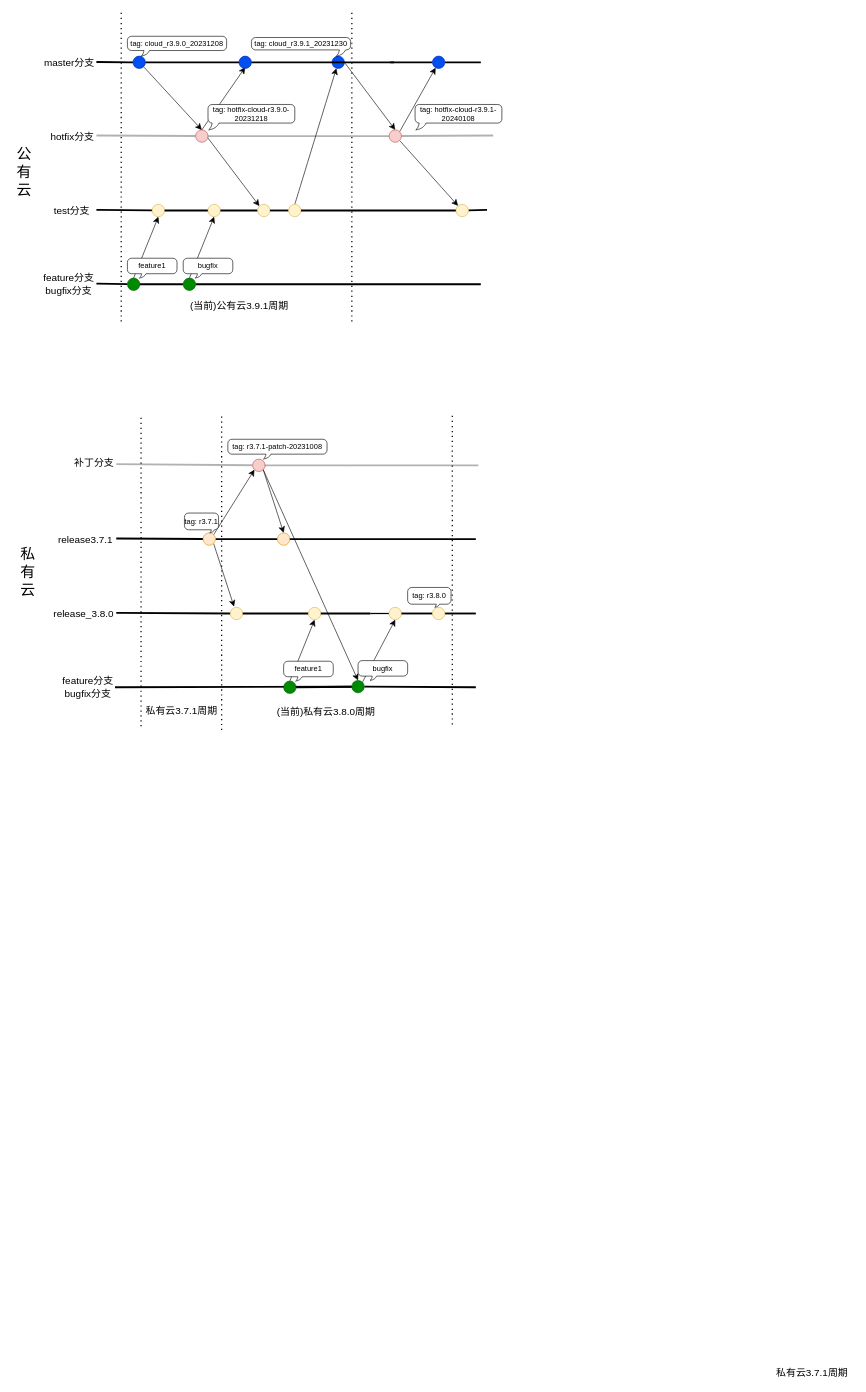
paochiang/draw keeps this draw.io diagram as page "Page-1" (1 of 3) of 规范/公有云和智算中心分支流程.drawio. Above is the earlier version. Source tidied: cells renumbered, new cells numbered last; positions are measured from the earlier drawing's top-left corner, leaving out a move shared by most shapes. Both pictures are drawn from the tidied source at 62%, with x=0, y=0 at pixel (11, 11).
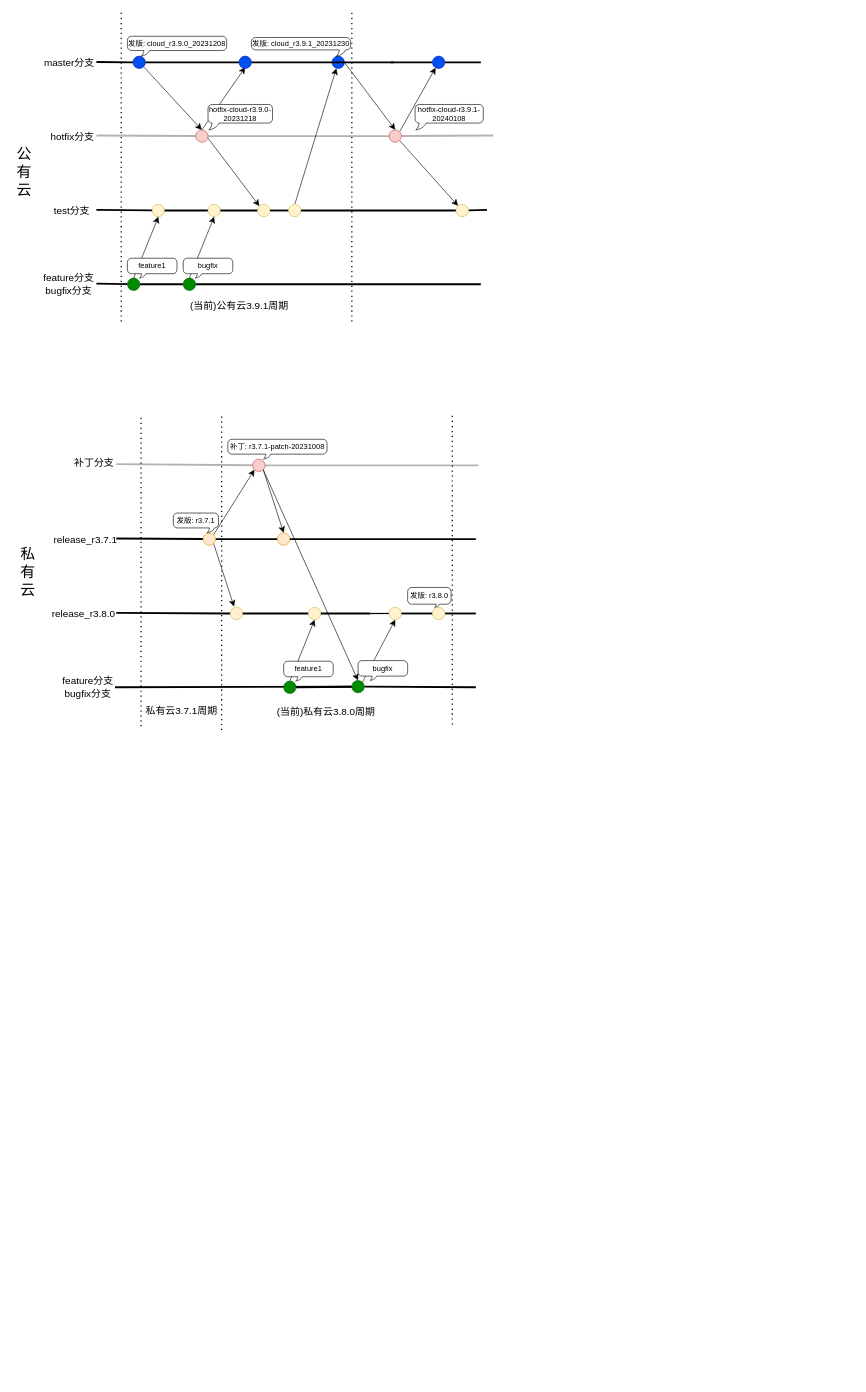
The same page after the edit.

Commit message:
Update 规范/公有云和智算中心分支流程.drawio

Diff of the diagram source:
```diff
@@
-    <mxCell id="46" value="tag: cloud_r3.9.0_20231208" style="whiteSpace=wrap;html=1;shape=mxgraph.basic.roundRectCallout;dx=31.2;dy=9;size=6.6;boundedLbl=1;" parent="1" vertex="1">
+    <mxCell id="46" value="发版: cloud_r3.9.0_20231208" style="whiteSpace=wrap;html=1;shape=mxgraph.basic.roundRectCallout;dx=31.2;dy=9;size=6.6;boundedLbl=1;" parent="1" vertex="1">
       <mxGeometry x="188" y="40" width="160" height="32" as="geometry" />
     </mxCell>
-    <mxCell id="47" value="tag: hotfix-cloud-r3.9.0-20231218" style="whiteSpace=wrap;html=1;shape=mxgraph.basic.roundRectCallout;dx=8.4;dy=11;size=6.6;boundedLbl=1;" parent="1" vertex="1">
-      <mxGeometry x="318" y="150" width="140" height="41" as="geometry" />
+    <mxCell id="47" value="hotfix-cloud-r3.9.0-20231218" style="whiteSpace=wrap;html=1;shape=mxgraph.basic.roundRectCallout;dx=8.4;dy=11;size=6.6;boundedLbl=1;" parent="1" vertex="1">
+      <mxGeometry x="318" y="150" width="104" height="41" as="geometry" />
     </mxCell>
@@
-    <mxCell id="49" value="tag: cloud_r3.9.1_20231230" style="whiteSpace=wrap;html=1;shape=mxgraph.basic.roundRectCallout;dx=146.87;dy=10;size=6.6;boundedLbl=1;" parent="1" vertex="1">
+    <mxCell id="49" value="发版: cloud_r3.9.1_20231230" style="whiteSpace=wrap;html=1;shape=mxgraph.basic.roundRectCallout;dx=146.87;dy=10;size=6.6;boundedLbl=1;" parent="1" vertex="1">
       <mxGeometry x="388" y="42" width="160" height="30" as="geometry" />
     </mxCell>
@@
-    <mxCell id="52" value="tag: hotfix-cloud-r3.9.1-20240108" style="whiteSpace=wrap;html=1;shape=mxgraph.basic.roundRectCallout;dx=8.4;dy=11;size=6.6;boundedLbl=1;" parent="1" vertex="1">
-      <mxGeometry x="652" y="150" width="140" height="41" as="geometry" />
+    <mxCell id="52" value="hotfix-cloud-r3.9.1-20240108" style="whiteSpace=wrap;html=1;shape=mxgraph.basic.roundRectCallout;dx=8.4;dy=11;size=6.6;boundedLbl=1;" parent="1" vertex="1">
+      <mxGeometry x="652" y="150" width="110" height="41" as="geometry" />
     </mxCell>
@@
-    <mxCell id="54" value="release3.7.1" style="text;html=1;align=center;verticalAlign=middle;strokeColor=none;fillColor=none;fontSize=16;" parent="1" vertex="1">
-      <mxGeometry x="65" y="836" width="110" height="30" as="geometry" />
+    <mxCell id="54" value="release_r3.7.1" style="text;html=1;align=center;verticalAlign=middle;strokeColor=none;fillColor=none;fontSize=16;" parent="1" vertex="1">
+      <mxGeometry x="55" y="836" width="130" height="30" as="geometry" />
     </mxCell>
-    <mxCell id="55" value="release_3.8.0" style="text;html=1;align=center;verticalAlign=middle;strokeColor=none;fillColor=none;fontSize=16;" parent="1" vertex="1">
-      <mxGeometry x="57" y="956" width="120" height="30" as="geometry" />
+    <mxCell id="55" value="release_r3.8.0" style="text;html=1;align=center;verticalAlign=middle;strokeColor=none;fillColor=none;fontSize=16;" parent="1" vertex="1">
+      <mxGeometry x="52" y="956" width="130" height="30" as="geometry" />
     </mxCell>
@@
-    <mxCell id="80" value="tag:&amp;nbsp;r3.7.1-patch-20231008" style="whiteSpace=wrap;html=1;shape=mxgraph.basic.roundRectCallout;dx=65.4;dy=8;size=6.6;boundedLbl=1;" parent="1" vertex="1">
+    <mxCell id="80" value="补丁:&amp;nbsp;r3.7.1-patch-20231008" style="whiteSpace=wrap;html=1;shape=mxgraph.basic.roundRectCallout;dx=65.4;dy=8;size=6.6;boundedLbl=1;" parent="1" vertex="1">
       <mxGeometry x="350" y="690" width="160" height="32" as="geometry" />
     </mxCell>
@@
-    <mxCell id="83" value="私有云3.7.1周期" style="text;html=1;align=center;verticalAlign=middle;strokeColor=none;fillColor=none;fontSize=16;" parent="1" vertex="1">
-      <mxGeometry x="1222" y="2180" width="140" height="30" as="geometry" />
-    </mxCell>
@@
-    <mxCell id="89" value="tag:&amp;nbsp;r3.7.1" style="whiteSpace=wrap;html=1;shape=mxgraph.basic.roundRectCallout;dx=48.8;dy=5;size=6.6;boundedLbl=1;" parent="1" vertex="1">
-      <mxGeometry x="280" y="809" width="55" height="32" as="geometry" />
+    <mxCell id="89" value="发版:&amp;nbsp;r3.7.1" style="whiteSpace=wrap;html=1;shape=mxgraph.basic.roundRectCallout;dx=65.74;dy=8;size=6.6;boundedLbl=1;" parent="1" vertex="1">
+      <mxGeometry x="262" y="809" width="73" height="32" as="geometry" />
     </mxCell>
@@
-    <mxCell id="97" value="tag: r3.8.0" style="whiteSpace=wrap;html=1;shape=mxgraph.basic.roundRectCallout;dx=48.8;dy=5;size=6.6;boundedLbl=1;" parent="1" vertex="1">
+    <mxCell id="97" value="发版: r3.8.0" style="whiteSpace=wrap;html=1;shape=mxgraph.basic.roundRectCallout;dx=48.8;dy=5;size=6.6;boundedLbl=1;" parent="1" vertex="1">
       <mxGeometry x="640" y="929" width="70" height="32" as="geometry" />
     </mxCell>
```
